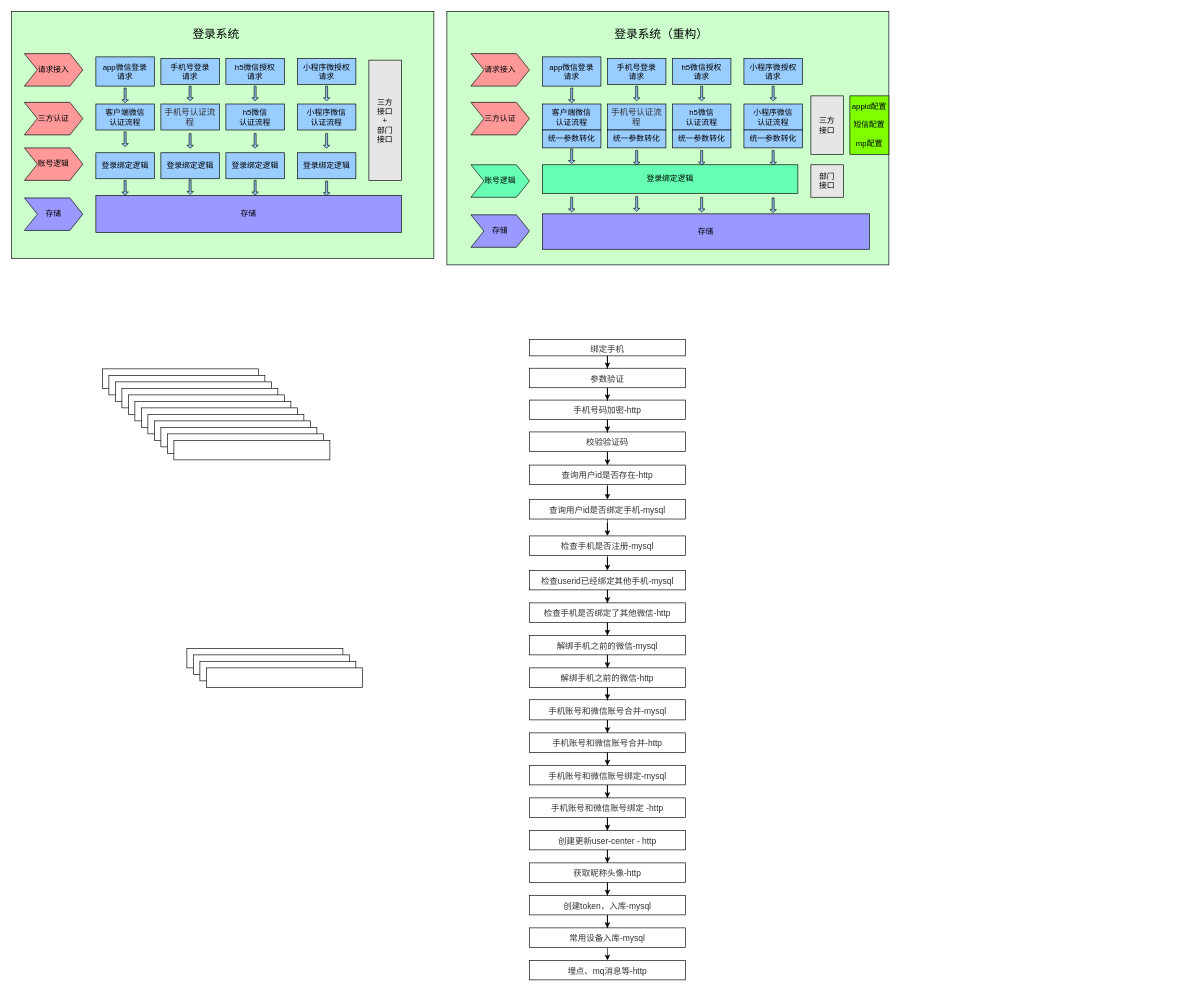
This is 登录服务重构.drawio from xiell2016/hetaoDesign, a draw.io file, before an edit. Source tidied: cells renumbered, new cells numbered last; positions are measured from the earlier drawing's top-left corner, leaving out a move shared by most shapes. Both pictures are drawn from the tidied source at 65%, with x=0, y=0 at pixel (11, 11).
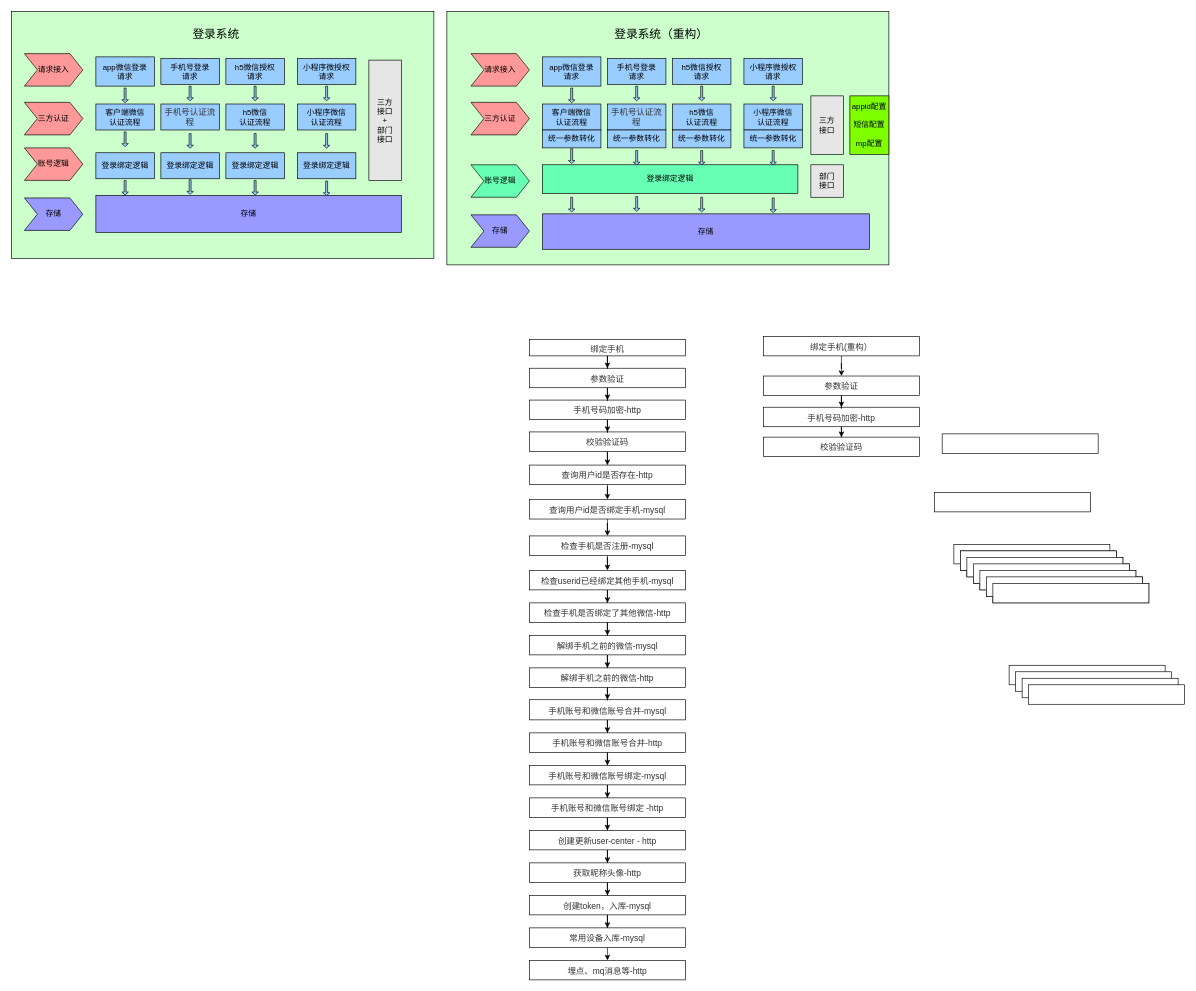
Above is the later version.

Commit message (it also covers changes not shown here):
更新登录服务重构.drawio

Change to the diagram source:
```diff
@@
     <mxCell id="70" style="rounded=0;whiteSpace=wrap;html=1;fontSize=18;fillColor=#FFFFFF;" parent="1" vertex="1">
-      <mxGeometry x="140" y="550" width="240" height="30" as="geometry" />
+      <mxGeometry x="1450" y="820" width="240" height="30" as="geometry" />
     </mxCell>
     <mxCell id="71" style="rounded=0;whiteSpace=wrap;html=1;fontSize=18;fillColor=#FFFFFF;" parent="1" vertex="1">
-      <mxGeometry x="150" y="560" width="240" height="30" as="geometry" />
+      <mxGeometry x="1460" y="830" width="240" height="30" as="geometry" />
     </mxCell>
     <mxCell id="72" style="rounded=0;whiteSpace=wrap;html=1;fontSize=18;fillColor=#FFFFFF;" parent="1" vertex="1">
-      <mxGeometry x="160" y="570" width="240" height="30" as="geometry" />
+      <mxGeometry x="1470" y="840" width="240" height="30" as="geometry" />
     </mxCell>
     <mxCell id="73" style="rounded=0;whiteSpace=wrap;html=1;fontSize=18;fillColor=#FFFFFF;" parent="1" vertex="1">
-      <mxGeometry x="170" y="580" width="240" height="30" as="geometry" />
+      <mxGeometry x="1480" y="850" width="240" height="30" as="geometry" />
     </mxCell>
     <mxCell id="74" style="rounded=0;whiteSpace=wrap;html=1;fontSize=18;fillColor=#FFFFFF;" parent="1" vertex="1">
-      <mxGeometry x="180" y="590" width="240" height="30" as="geometry" />
+      <mxGeometry x="1490" y="860" width="240" height="30" as="geometry" />
     </mxCell>
     <mxCell id="75" style="rounded=0;whiteSpace=wrap;html=1;fontSize=18;fillColor=#FFFFFF;" parent="1" vertex="1">
-      <mxGeometry x="190" y="600" width="240" height="30" as="geometry" />
+      <mxGeometry x="1500" y="870" width="240" height="30" as="geometry" />
     </mxCell>
     <mxCell id="76" style="rounded=0;whiteSpace=wrap;html=1;fontSize=18;fillColor=#FFFFFF;" parent="1" vertex="1">
-      <mxGeometry x="200" y="610" width="240" height="30" as="geometry" />
+      <mxGeometry x="1510" y="880" width="240" height="30" as="geometry" />
     </mxCell>
     <mxCell id="77" style="rounded=0;whiteSpace=wrap;html=1;fontSize=18;fillColor=#FFFFFF;" parent="1" vertex="1">
-      <mxGeometry x="210" y="620" width="240" height="30" as="geometry" />
+      <mxGeometry x="1420" y="740" width="240" height="30" as="geometry" />
     </mxCell>
+    <mxCell id="125" style="edgeStyle=orthogonalEdgeStyle;rounded=0;jettySize=auto;html=1;fontSize=18;" parent="1" edge="1" source="78" target="134">
+      <mxGeometry relative="1" as="geometry" />
+    </mxCell>
-    <mxCell id="78" style="rounded=0;whiteSpace=wrap;html=1;fontSize=18;fillColor=#FFFFFF;" parent="1" vertex="1">
-      <mxGeometry x="220" y="630" width="240" height="30" as="geometry" />
+    <mxCell id="78" value="&lt;span style=&quot;color: rgb(50 , 50 , 50) ; font-size: 13px ; background-color: rgba(255 , 255 , 255 , 0.008)&quot;&gt;手机号码加密-http&lt;/span&gt;" style="rounded=0;whiteSpace=wrap;html=1;fontSize=18;fillColor=#FFFFFF;" parent="1" vertex="1">
+      <mxGeometry x="1157" y="609" width="240" height="30" as="geometry" />
     </mxCell>
     <mxCell id="79" style="rounded=0;whiteSpace=wrap;html=1;fontSize=18;fillColor=#FFFFFF;" parent="1" vertex="1">
-      <mxGeometry x="230" y="640" width="240" height="30" as="geometry" />
+      <mxGeometry x="1432" y="650" width="240" height="30" as="geometry" />
     </mxCell>
+    <mxCell id="126" style="edgeStyle=orthogonalEdgeStyle;rounded=0;jettySize=auto;html=1;fontSize=18;" parent="1" edge="1" source="80" target="78">
+      <mxGeometry relative="1" as="geometry" />
+    </mxCell>
-    <mxCell id="80" style="rounded=0;whiteSpace=wrap;html=1;fontSize=18;fillColor=#FFFFFF;" parent="1" vertex="1">
-      <mxGeometry x="240" y="650" width="240" height="30" as="geometry" />
+    <mxCell id="80" value="&lt;span style=&quot;color: rgb(50 , 50 , 50) ; font-size: 13px ; background-color: rgba(255 , 255 , 255 , 0.008)&quot;&gt;参数验证&lt;/span&gt;" style="rounded=0;whiteSpace=wrap;html=1;fontSize=18;fillColor=#FFFFFF;" parent="1" vertex="1">
+      <mxGeometry x="1157" y="561" width="240" height="30" as="geometry" />
     </mxCell>
+    <mxCell id="127" style="edgeStyle=orthogonalEdgeStyle;rounded=0;jettySize=auto;html=1;fontSize=18;" parent="1" edge="1" source="81" target="80">
+      <mxGeometry relative="1" as="geometry" />
+    </mxCell>
-    <mxCell id="81" style="rounded=0;whiteSpace=wrap;html=1;fontSize=18;fillColor=#FFFFFF;" parent="1" vertex="1">
-      <mxGeometry x="250" y="660" width="240" height="30" as="geometry" />
+    <mxCell id="81" value="&lt;span style=&quot;color: rgb(50 , 50 , 50) ; font-size: 13px ; background-color: rgba(255 , 255 , 255 , 0.008)&quot;&gt;绑定手机(重构）&lt;/span&gt;" style="rounded=0;whiteSpace=wrap;html=1;fontSize=18;fillColor=#FFFFFF;" parent="1" vertex="1">
+      <mxGeometry x="1157" y="500" width="240" height="30" as="geometry" />
     </mxCell>
     <mxCell id="82" style="rounded=0;whiteSpace=wrap;html=1;fontSize=18;fillColor=#FFFFFF;" parent="1" vertex="1">
-      <mxGeometry x="270" y="980" width="240" height="30" as="geometry" />
+      <mxGeometry x="1535" y="1006" width="240" height="30" as="geometry" />
     </mxCell>
     <mxCell id="83" style="rounded=0;whiteSpace=wrap;html=1;fontSize=18;fillColor=#FFFFFF;" parent="1" vertex="1">
-      <mxGeometry x="280" y="990" width="240" height="30" as="geometry" />
+      <mxGeometry x="1545" y="1016" width="240" height="30" as="geometry" />
     </mxCell>
     <mxCell id="84" style="rounded=0;whiteSpace=wrap;html=1;fontSize=18;fillColor=#FFFFFF;" parent="1" vertex="1">
-      <mxGeometry x="290" y="1000" width="240" height="30" as="geometry" />
+      <mxGeometry x="1555" y="1026" width="240" height="30" as="geometry" />
     </mxCell>
     <mxCell id="85" style="rounded=0;whiteSpace=wrap;html=1;fontSize=18;fillColor=#FFFFFF;" parent="1" vertex="1">
-      <mxGeometry x="300" y="1010" width="240" height="30" as="geometry" />
+      <mxGeometry x="1565" y="1036" width="240" height="30" as="geometry" />
     </mxCell>
@@
+    <mxCell id="128" style="rounded=0;whiteSpace=wrap;html=1;fontSize=18;fillColor=#FFFFFF;" parent="1" vertex="1">
+      <mxGeometry x="1460" y="830" width="240" height="30" as="geometry" />
+    </mxCell>
+    <mxCell id="129" style="rounded=0;whiteSpace=wrap;html=1;fontSize=18;fillColor=#FFFFFF;" parent="1" vertex="1">
+      <mxGeometry x="1470" y="840" width="240" height="30" as="geometry" />
+    </mxCell>
+    <mxCell id="130" style="rounded=0;whiteSpace=wrap;html=1;fontSize=18;fillColor=#FFFFFF;" parent="1" vertex="1">
+      <mxGeometry x="1480" y="850" width="240" height="30" as="geometry" />
+    </mxCell>
+    <mxCell id="131" style="rounded=0;whiteSpace=wrap;html=1;fontSize=18;fillColor=#FFFFFF;" parent="1" vertex="1">
+      <mxGeometry x="1490" y="860" width="240" height="30" as="geometry" />
+    </mxCell>
+    <mxCell id="132" style="rounded=0;whiteSpace=wrap;html=1;fontSize=18;fillColor=#FFFFFF;" parent="1" vertex="1">
+      <mxGeometry x="1500" y="870" width="240" height="30" as="geometry" />
+    </mxCell>
+    <mxCell id="133" style="rounded=0;whiteSpace=wrap;html=1;fontSize=18;fillColor=#FFFFFF;" parent="1" vertex="1">
+      <mxGeometry x="1510" y="880" width="240" height="30" as="geometry" />
+    </mxCell>
+    <mxCell id="134" value="&lt;span style=&quot;color: rgb(50 , 50 , 50) ; font-size: 13px ; background-color: rgba(255 , 255 , 255 , 0.008)&quot;&gt;校验验证码&lt;/span&gt;" style="rounded=0;whiteSpace=wrap;html=1;fontSize=18;fillColor=#FFFFFF;" parent="1" vertex="1">
+      <mxGeometry x="1157" y="655" width="240" height="30" as="geometry" />
+    </mxCell>
```
